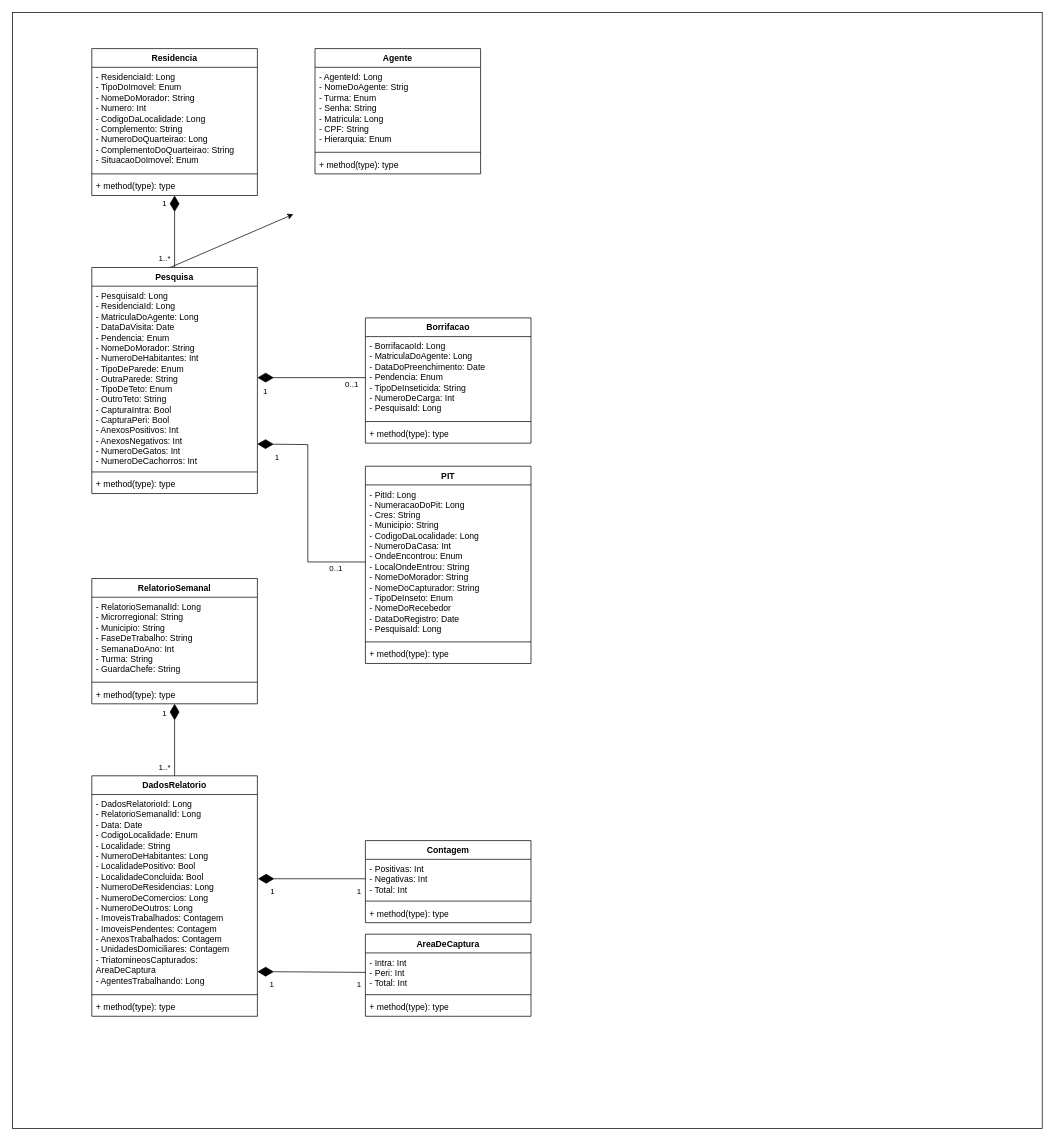
This is Diagrama de classesNovo.drawio from Fconeto/P.I-3, a draw.io file, before an edit. Source tidied: cells renumbered, new cells numbered last; positions are measured from the earlier drawing's top-left corner, leaving out a move shared by most shapes. Both pictures are drawn from the tidied source at 72%, with x=0, y=0 at pixel (12, 12).
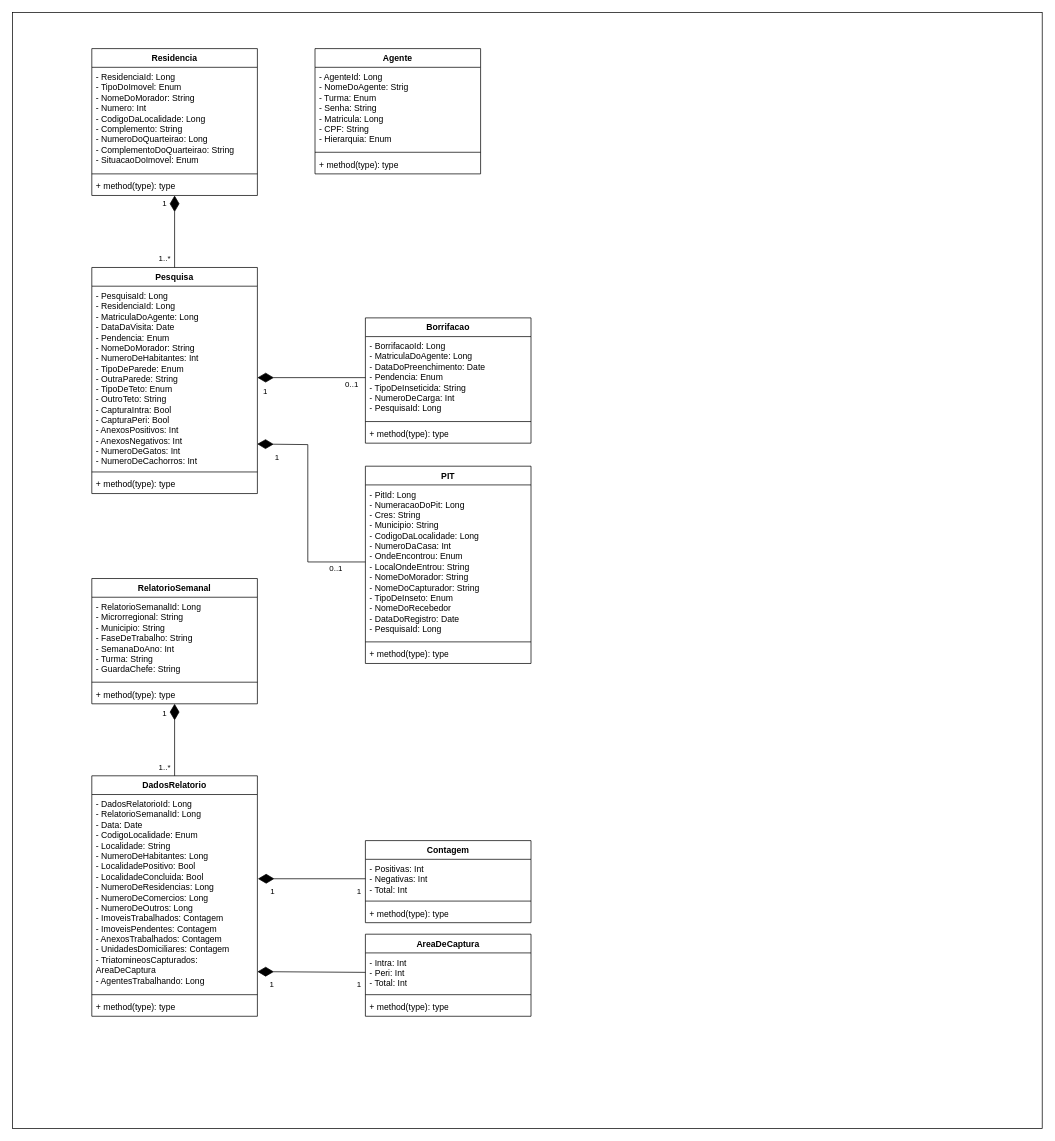
Above is the later version.

What changed in the source:
```diff
@@
-    <mxCell id="3" style="endArrow=classic;html=1;rounded=0;exitX=0.5;exitY=0;exitDx=0;exitDy=0;entryX=0.5;entryY=1;entryDx=0;entryDy=0;" parent="1" edge="1">
-      <mxGeometry relative="1" as="geometry">
-        <mxPoint x="205" y="360" as="sourcePoint" />
-        <mxPoint x="390" y="280" as="targetPoint" />
-      </mxGeometry>
-    </mxCell>
```
